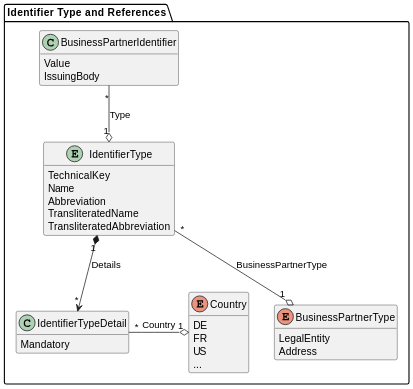
Earlier version of the PlantUML export docs/standards/CX-0074-BusinessPartnerGateAPI/assets/diagrams/class/identifier-type.svg (catenax-eV/catenax-ev.github.io).
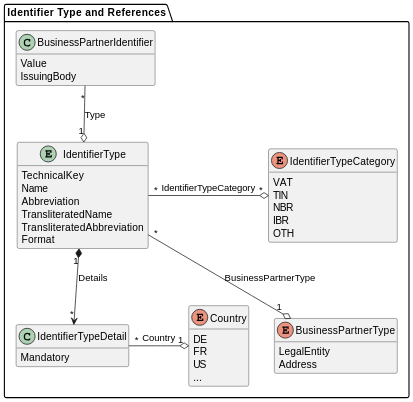
The same file after the commit.

Diff of the diagram source:
```diff
@@ -1,5 +1,4 @@
-@startuml identifier-type
-
+@startuml
 skinparam dpi 50
 
 package "Identifier Type and References" {
@@ -15,11 +14,20 @@
     Abbreviation
     TransliteratedName
     TransliteratedAbbreviation
+    Format
   }
 
   enum BusinessPartnerType {
     LegalEntity
     Address
+  }
+
+  enum IdentifierTypeCategory {
+    VAT
+    TIN
+    NBR
+    IBR
+    OTH
   }
 
   class IdentifierTypeDetail {
@@ -34,6 +42,7 @@
   }
 
   IdentifierType "*" -d-o "1" BusinessPartnerType : BusinessPartnerType
+  IdentifierType "*" -o "*" IdentifierTypeCategory : IdentifierTypeCategory
 
   BusinessPartnerIdentifier "*" -d-o "1" IdentifierType : Type
 
```
